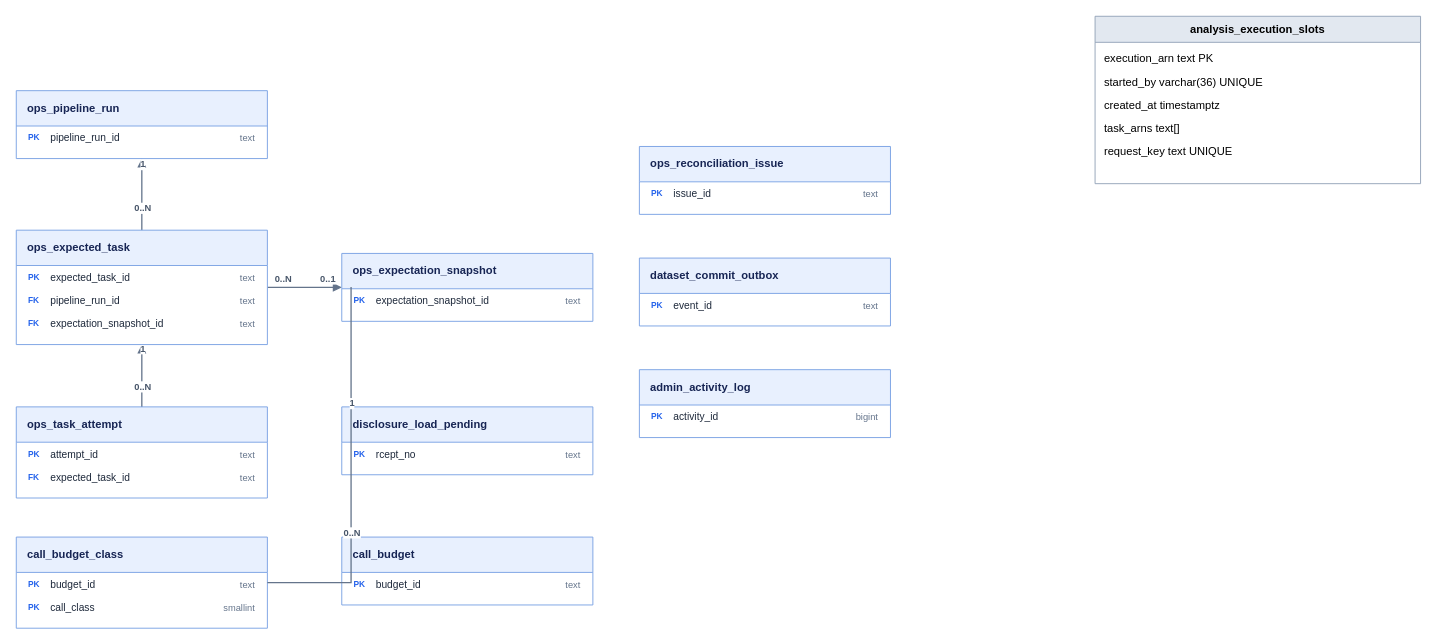
Above: docs/data-model/domains/operations/erd.drawio in alphaeveryday/edge (draw.io), before the change. Source tidied: cells renumbered, new cells numbered last; positions are measured from the earlier drawing's top-left corner, leaving out a move shared by most shapes. Both pictures are drawn from the tidied source at 93%, with x=0, y=0 at pixel (16, 16).
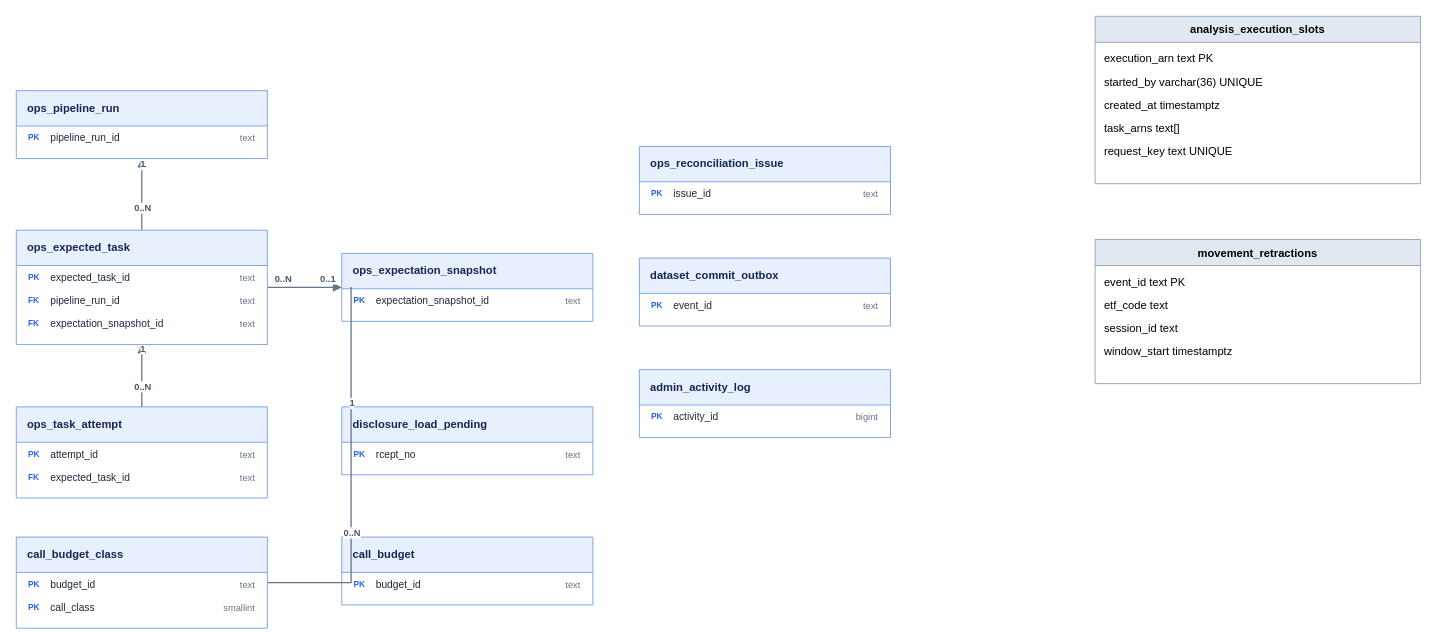
The same page after the edit.

Change to the diagram source:
```diff
@@
+    <mxCell id="44" value="movement_retractions" style="swimlane;html=0;startSize=28;fillColor=#e2e8f0;strokeColor=#94a3b8;" parent="1" vertex="1">
+      <mxGeometry x="1160" y="240" width="350" height="155" as="geometry" />
+    </mxCell>
+    <mxCell id="45" value="event_id text PK" style="text;html=0;align=left;spacingLeft=8;" parent="44" vertex="1">
+      <mxGeometry y="32" width="350" height="25" as="geometry" />
+    </mxCell>
+    <mxCell id="46" value="etf_code text" style="text;html=0;align=left;spacingLeft=8;" parent="44" vertex="1">
+      <mxGeometry y="57" width="350" height="25" as="geometry" />
+    </mxCell>
+    <mxCell id="47" value="session_id text" style="text;html=0;align=left;spacingLeft=8;" parent="44" vertex="1">
+      <mxGeometry y="82" width="350" height="25" as="geometry" />
+    </mxCell>
+    <mxCell id="48" value="window_start timestamptz" style="text;html=0;align=left;spacingLeft=8;" parent="44" vertex="1">
+      <mxGeometry y="107" width="350" height="25" as="geometry" />
+    </mxCell>
```
